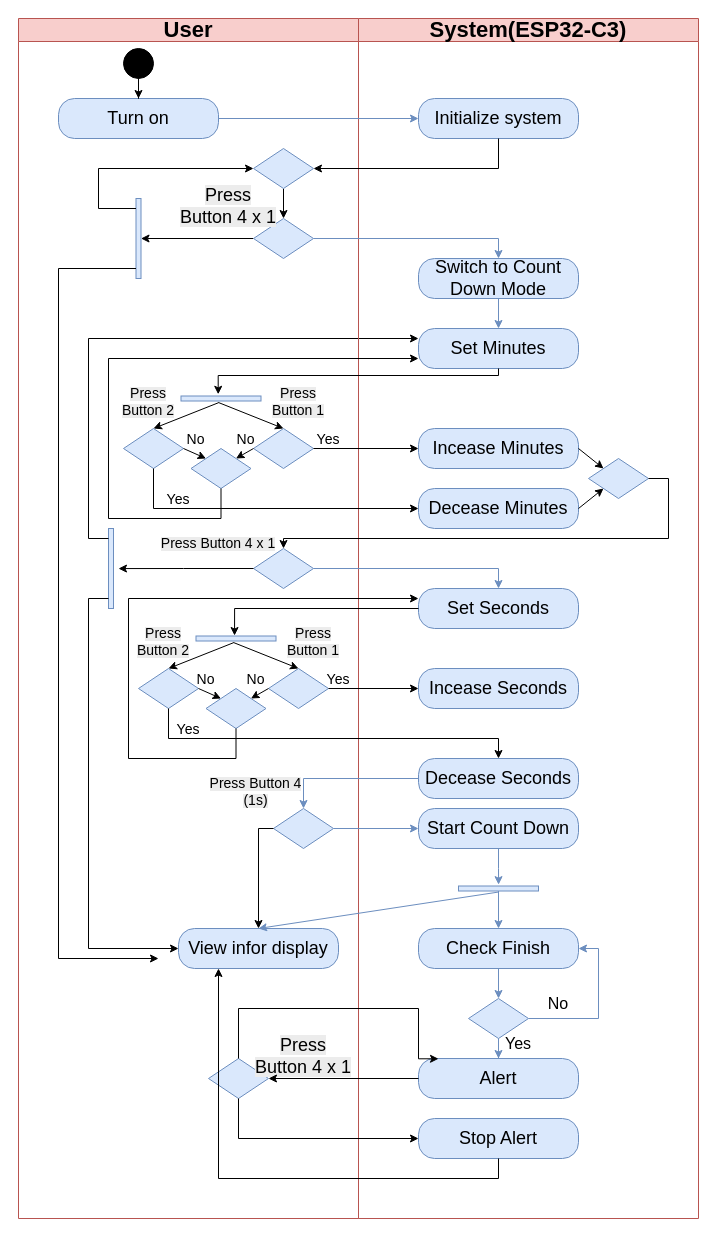
Above: page "Activity Count Down Diagram" (12 of 17) of UML.drawio in 106210049/CK_RTOS (draw.io), before the change. Source tidied: cells renumbered, new cells numbered last; positions are measured from the earlier drawing's top-left corner, leaving out a move shared by most shapes. Both pictures are drawn from the tidied source at 100%, with x=0, y=0 at pixel (18, 18).
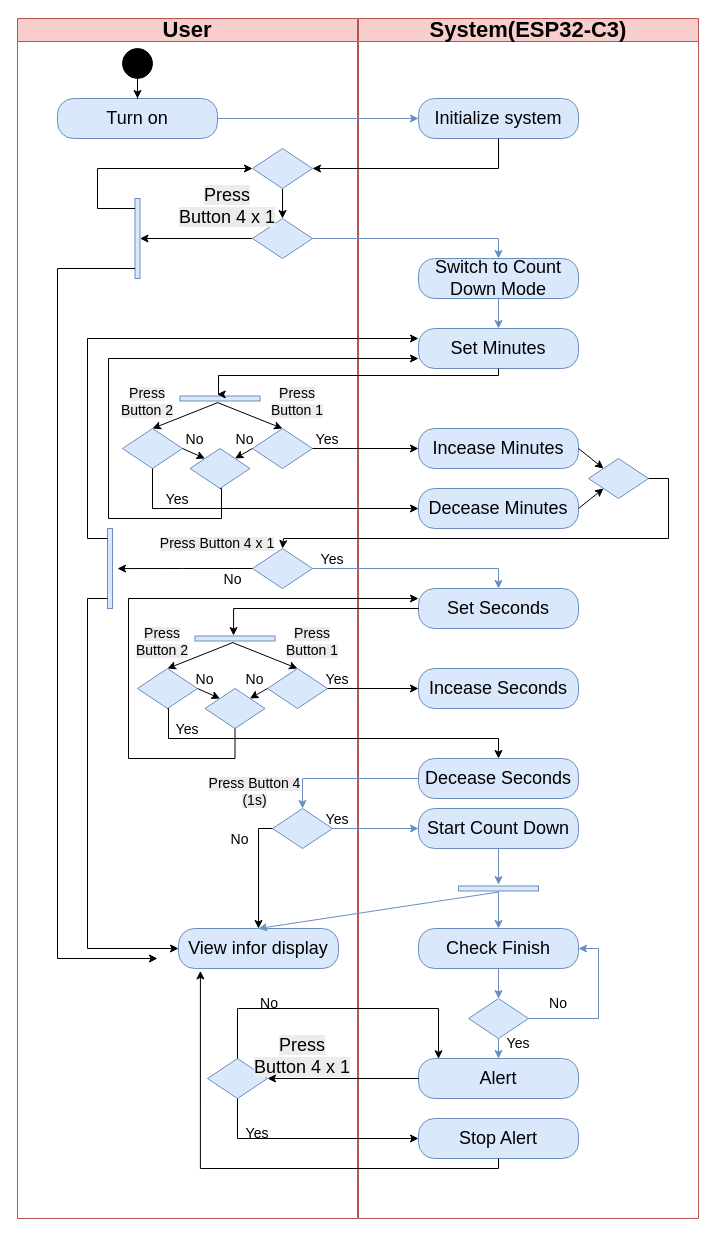
The same page after the edit.

Unchanged cells that the change refers to:
```xml
<mxCell id="60" value="&lt;font style=&quot;font-size: 22px;&quot;&gt;System(ESP32-C3)&lt;/font&gt;" style="swimlane;whiteSpace=wrap;html=1;fillColor=#f8cecc;strokeColor=#b85450;" parent="1" vertex="1">
  <mxGeometry x="340" width="340" height="1200" as="geometry" />
</mxCell>
<mxCell id="64" value="View infor display" style="rounded=1;whiteSpace=wrap;html=1;arcSize=40;fillColor=#dae8fc;strokeColor=#6c8ebf;fontSize=18;" parent="60" vertex="1">
  <mxGeometry x="-180" y="910" width="160" height="40" as="geometry" />
</mxCell>
<mxCell id="79" value="Stop Alert" style="rounded=1;whiteSpace=wrap;html=1;arcSize=40;fillColor=#dae8fc;strokeColor=#6c8ebf;fontSize=18;" parent="60" vertex="1">
  <mxGeometry x="60" y="1100" width="160" height="40" as="geometry" />
</mxCell>
```

Change to the diagram source:
```diff
@@
     <mxCell id="2" value="&lt;font style=&quot;font-size: 22px;&quot;&gt;User&lt;/font&gt;" style="swimlane;whiteSpace=wrap;html=1;fillColor=#f8cecc;strokeColor=#b85450;" parent="1" vertex="1">
-      <mxGeometry width="340" height="1200" as="geometry" />
+      <mxGeometry x="-1" width="340" height="1200" as="geometry" />
     </mxCell>
@@
+    <mxCell id="108" value="&lt;font style=&quot;font-size: 14px;&quot;&gt;Yes&lt;/font&gt;" style="text;strokeColor=none;align=center;fillColor=none;html=1;verticalAlign=middle;whiteSpace=wrap;rounded=0;fontSize=16;" parent="2" vertex="1">
+      <mxGeometry x="295" y="530" width="40" height="20" as="geometry" />
+    </mxCell>
+    <mxCell id="109" value="&lt;font style=&quot;font-size: 14px;&quot;&gt;No&lt;/font&gt;" style="text;strokeColor=none;align=center;fillColor=none;html=1;verticalAlign=middle;whiteSpace=wrap;rounded=0;fontSize=16;" parent="2" vertex="1">
+      <mxGeometry x="197.5" y="550" width="35" height="20" as="geometry" />
+    </mxCell>
+    <mxCell id="110" value="&lt;font style=&quot;font-size: 14px;&quot;&gt;No&lt;/font&gt;" style="text;strokeColor=none;align=center;fillColor=none;html=1;verticalAlign=middle;whiteSpace=wrap;rounded=0;fontSize=16;" parent="2" vertex="1">
+      <mxGeometry x="205" y="810" width="35" height="20" as="geometry" />
+    </mxCell>
+    <mxCell id="111" value="&lt;font style=&quot;font-size: 14px;&quot;&gt;Yes&lt;/font&gt;" style="text;strokeColor=none;align=center;fillColor=none;html=1;verticalAlign=middle;whiteSpace=wrap;rounded=0;fontSize=16;" parent="2" vertex="1">
+      <mxGeometry x="300" y="790" width="40" height="20" as="geometry" />
+    </mxCell>
+    <mxCell id="112" value="&lt;font style=&quot;font-size: 14px;&quot;&gt;Yes&lt;/font&gt;" style="text;align=center;html=1;verticalAlign=middle;whiteSpace=wrap;rounded=0;" parent="2" vertex="1">
+      <mxGeometry x="220" y="1100" width="40" height="30" as="geometry" />
+    </mxCell>
+    <mxCell id="113" value="&lt;font style=&quot;font-size: 14px;&quot;&gt;No&lt;/font&gt;" style="text;align=center;html=1;verticalAlign=middle;whiteSpace=wrap;rounded=0;" parent="2" vertex="1">
+      <mxGeometry x="232.5" y="970" width="37.5" height="30" as="geometry" />
+    </mxCell>
@@
-    <mxCell id="80" value="&lt;span style=&quot;font-size: 16px;&quot;&gt;Yes&lt;/span&gt;" style="text;align=center;html=1;verticalAlign=middle;whiteSpace=wrap;rounded=0;" parent="60" vertex="1">
+    <mxCell id="80" value="&lt;font style=&quot;font-size: 14px;&quot;&gt;Yes&lt;/font&gt;" style="text;align=center;html=1;verticalAlign=middle;whiteSpace=wrap;rounded=0;" parent="60" vertex="1">
       <mxGeometry x="130" y="1010" width="60" height="30" as="geometry" />
     </mxCell>
-    <mxCell id="81" value="&lt;span style=&quot;font-size: 16px;&quot;&gt;No&lt;/span&gt;" style="text;align=center;html=1;verticalAlign=middle;whiteSpace=wrap;rounded=0;" parent="60" vertex="1">
+    <mxCell id="81" value="&lt;font style=&quot;font-size: 14px;&quot;&gt;No&lt;/font&gt;" style="text;align=center;html=1;verticalAlign=middle;whiteSpace=wrap;rounded=0;" parent="60" vertex="1">
       <mxGeometry x="170" y="970" width="60" height="30" as="geometry" />
     </mxCell>
@@
-    <mxCell id="85" style="edgeStyle=orthogonalEdgeStyle;rounded=0;jettySize=auto;html=1;exitX=0.5;exitY=1;exitDx=0;exitDy=0;entryX=0.25;entryY=1;entryDx=0;entryDy=0;" parent="60" edge="1" source="79" target="64">
-      <mxGeometry relative="1" as="geometry">
-        <Array as="points">
-          <mxPoint x="140" y="1160" />
-          <mxPoint x="-140" y="1160" />
-        </Array>
-      </mxGeometry>
-    </mxCell>
@@
+    <mxCell id="85" style="edgeStyle=orthogonalEdgeStyle;rounded=0;jettySize=auto;html=1;entryX=0.137;entryY=1.061;entryDx=0;entryDy=0;entryPerimeter=0;" parent="60" edge="1" source="79" target="64">
+      <mxGeometry relative="1" as="geometry">
+        <Array as="points">
+          <mxPoint x="140" y="1150" />
+          <mxPoint x="-158" y="1150" />
+        </Array>
+      </mxGeometry>
+    </mxCell>
```
